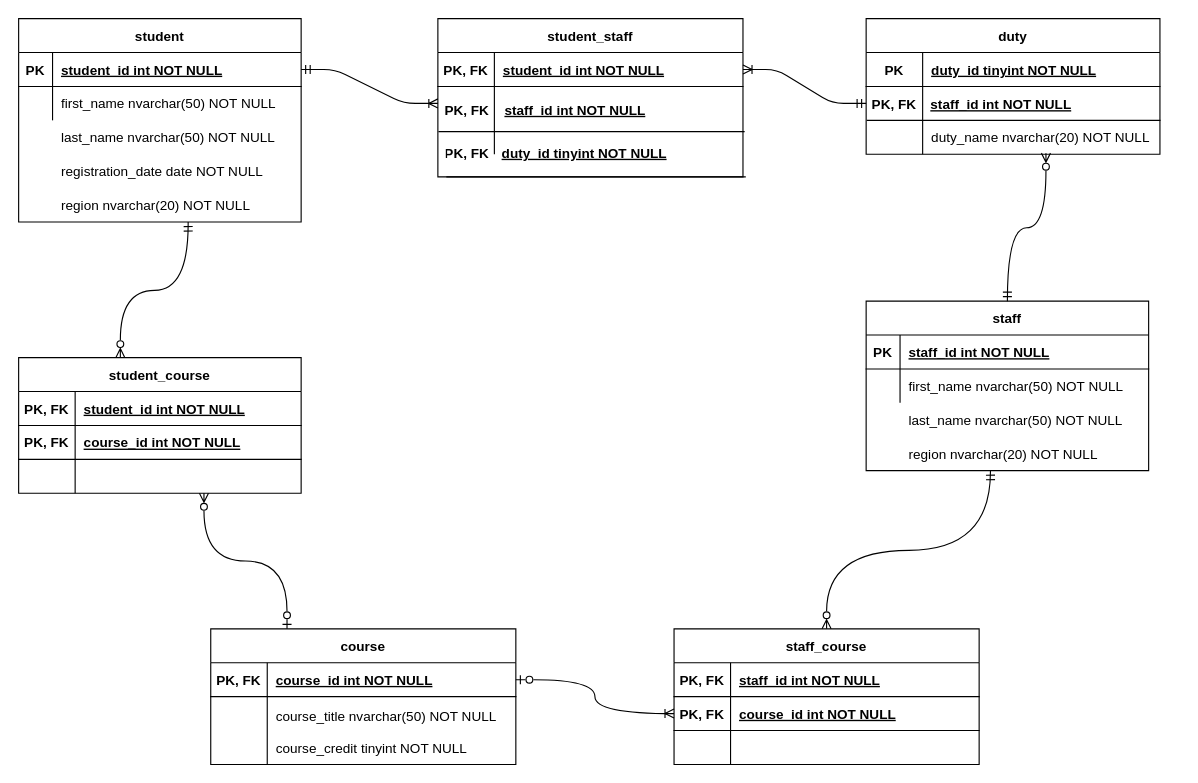
This is e-University_Database_Project/e-univesity_project_erd.drawio from durmusayuksek/data_analysis_and_data_visualization_projects, a draw.io file, before an edit. Source tidied: cells renumbered, new cells numbered last; positions are measured from the earlier drawing's top-left corner, leaving out a move shared by most shapes. Both pictures are drawn from the tidied source at 113%, with x=0, y=0 at pixel (18, 18).
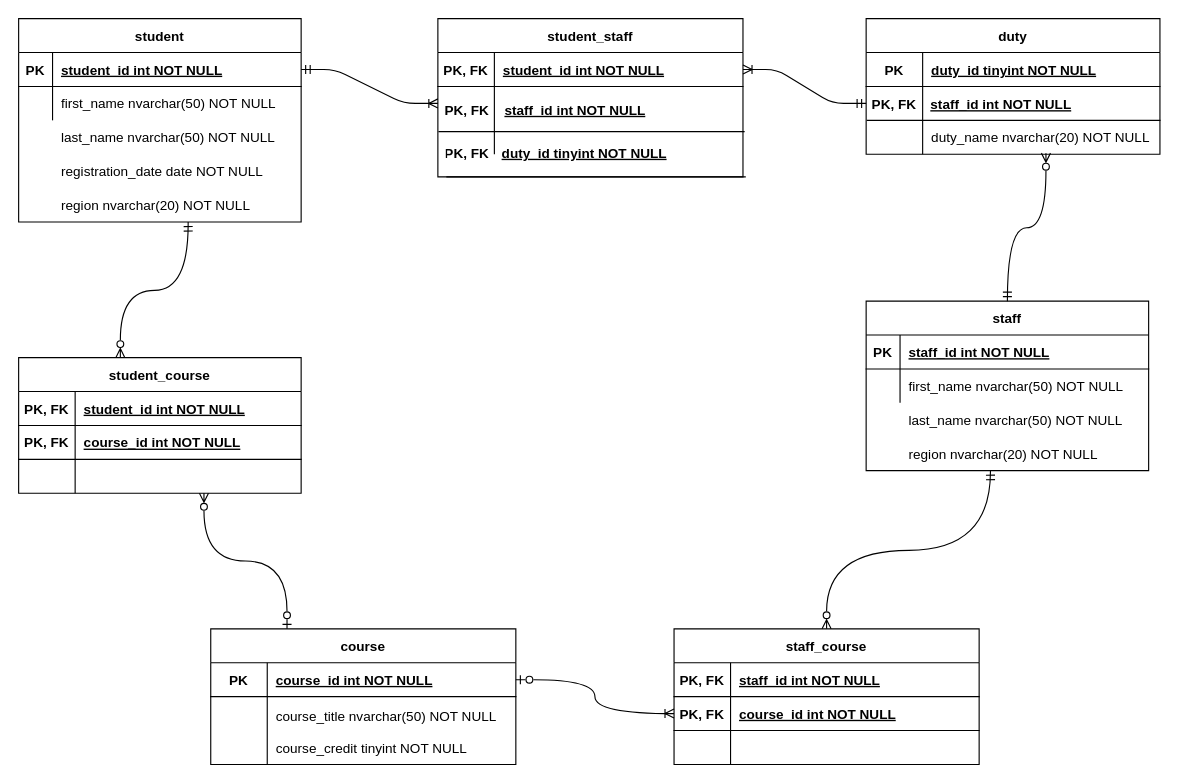
The same diagram, later.

Unchanged cells that the change refers to:
```xml
<mxCell id="63" style="shape=partialRectangle;fillColor=none;points=[[0,0.5],[1,0.5]];portConstraint=eastwest;top=0;left=0;right=0;bottom=1;" parent="62" vertex="1">
  <mxGeometry y="30" width="270" height="30" as="geometry" />
</mxCell>
```

Change to the diagram source:
```diff
@@
-    <mxCell id="64" value="PK, FK" style="shape=partialRectangle;overflow=hidden;fillColor=none;top=0;left=0;bottom=0;right=0;fontStyle=1;" parent="63" vertex="1">
+    <mxCell id="64" value="PK" style="shape=partialRectangle;overflow=hidden;fillColor=none;top=0;left=0;bottom=0;right=0;fontStyle=1;" parent="63" vertex="1">
       <mxGeometry width="50" height="30" as="geometry" />
     </mxCell>
```
